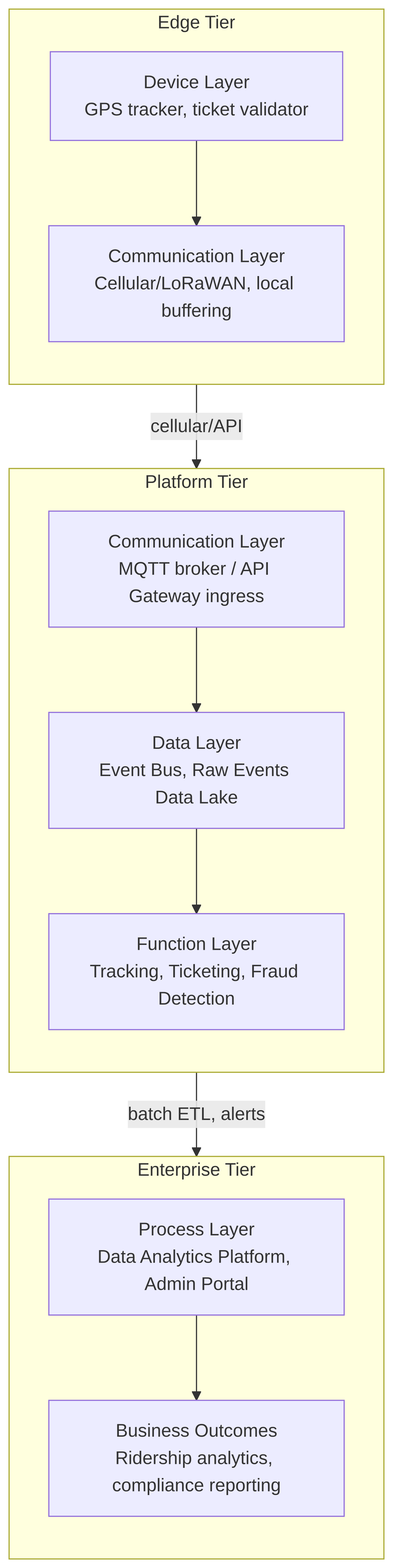
Before: rendered/08_3.B_iot-architecture.png, a diagram exported from Mermaid (Malachi-H/SoftwareArchitectureDiagramsSource). Its source is kept beside it as 08_3.B_iot-architecture.mmd. Its diagram source:
```mermaid
flowchart TB
    subgraph EDGE["Edge Tier"]
        direction TB
        D1["Device Layer<br/>GPS tracker, ticket validator"]
        C1["Communication Layer<br/>Cellular/LoRaWAN, local buffering"]
        D1 --> C1
    end

    subgraph PLATFORM["Platform Tier"]
        direction TB
        C2["Communication Layer<br/>MQTT broker / API Gateway ingress"]
        DA["Data Layer<br/>Event Bus, Raw Events Data Lake"]
        F1["Function Layer<br/>Tracking, Ticketing, Fraud Detection"]
        C2 --> DA --> F1
    end

    subgraph ENTERPRISE["Enterprise Tier"]
        direction TB
        P1["Process Layer<br/>Data Analytics Platform, Admin Portal"]
        BIZ["Business Outcomes<br/>Ridership analytics, compliance reporting"]
        P1 --> BIZ
    end

    C1 -->|cellular/API| C2
    F1 -->|batch ETL, alerts| P1
```
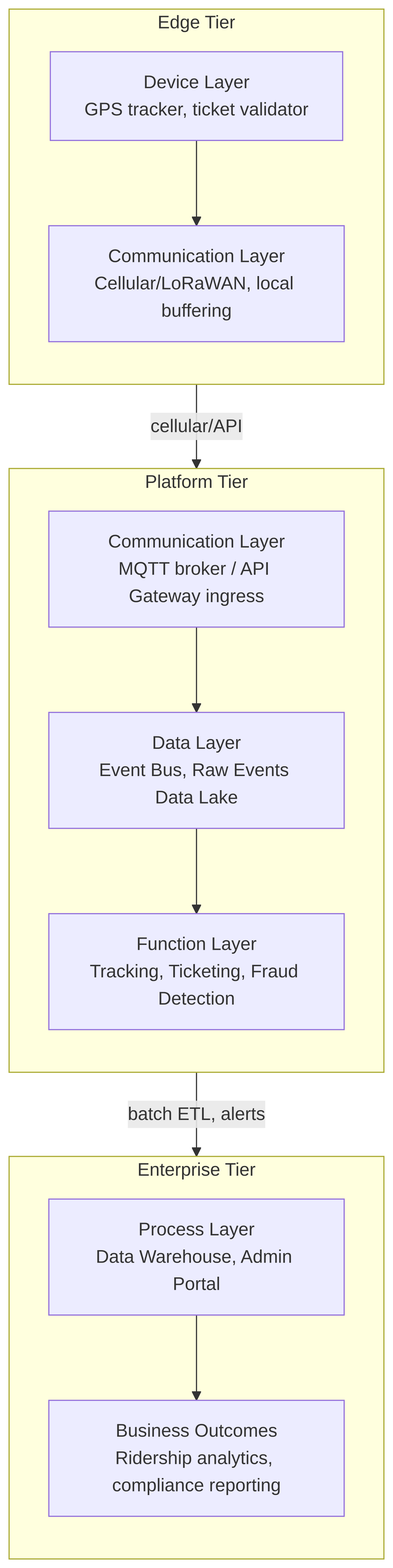
The same diagram one commit later.

Commit message:
changed to data analytics platform to warehouse for consistency

What changed in the source:
```diff
@@ -16,7 +16,7 @@
 
     subgraph ENTERPRISE["Enterprise Tier"]
         direction TB
-        P1["Process Layer<br/>Data Analytics Platform, Admin Portal"]
+        P1["Process Layer<br/>Data Warehouse, Admin Portal"]
         BIZ["Business Outcomes<br/>Ridership analytics, compliance reporting"]
         P1 --> BIZ
     end
```
